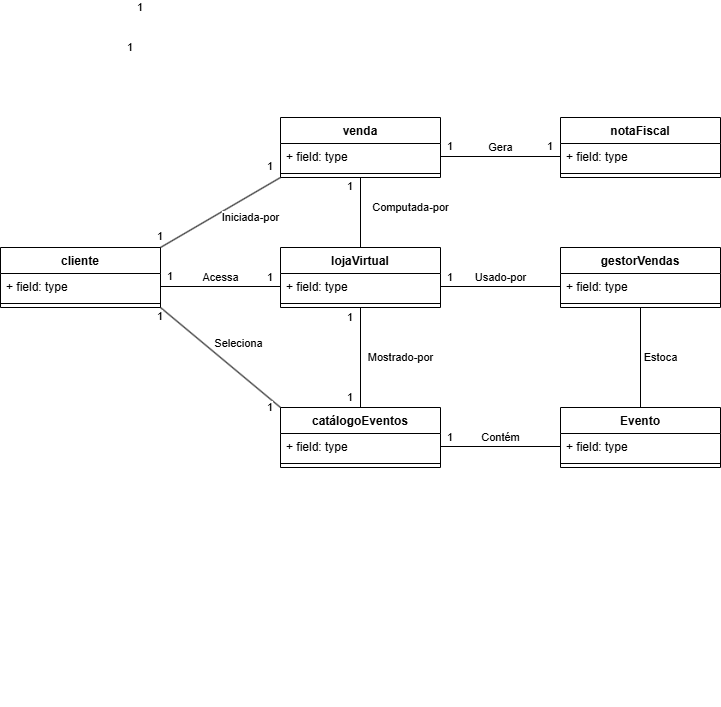
The draw.io diagram modelo de domínio.drawio.png in Zaibam/Desenvolvimento-De-Sistemas-1, before a commit. Source tidied: cells renumbered, new cells last; positions are measured from the earlier drawing's top-left corner, leaving out a move shared by most shapes.
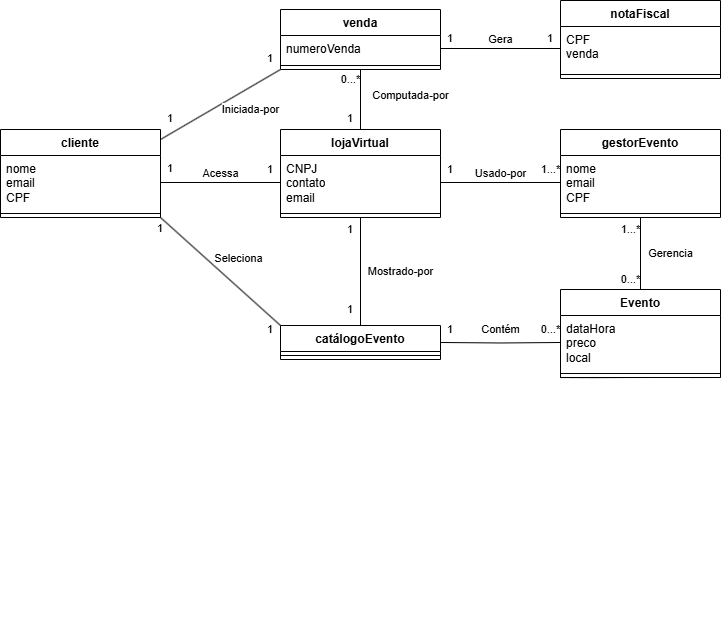
The same diagram one commit later.

Diff of the diagram source:
```diff
@@ -3,18 +3,18 @@
     <mxCell id="0" />
     <mxCell id="1" parent="0" />
     <mxCell id="2" value="cliente" style="swimlane;fontStyle=1;align=center;verticalAlign=top;horizontal=1;startSize=26;whiteSpace=wrap;html=1;" parent="1" vertex="1">
-      <mxGeometry y="130" width="160" height="60" as="geometry" />
+      <mxGeometry x="-40" y="120" width="160" height="88" as="geometry" />
     </mxCell>
-    <mxCell id="3" value="+ field: type" style="text;strokeColor=none;fillColor=none;align=left;verticalAlign=top;spacingLeft=4;spacingRight=4;overflow=hidden;points=[[0,0.5],[1,0.5]];portConstraint=eastwest;whiteSpace=wrap;html=1;" parent="2" vertex="1">
-      <mxGeometry y="26" width="160" height="26" as="geometry" />
+    <mxCell id="3" value="nome&lt;br&gt;email&lt;br&gt;CPF" style="text;strokeColor=none;fillColor=none;align=left;verticalAlign=top;spacingLeft=4;spacingRight=4;overflow=hidden;points=[[0,0.5],[1,0.5]];portConstraint=eastwest;whiteSpace=wrap;html=1;" parent="2" vertex="1">
+      <mxGeometry y="26" width="160" height="54" as="geometry" />
     </mxCell>
     <mxCell id="4" style="line;strokeWidth=1;fillColor=none;align=left;verticalAlign=middle;spacingTop=-1;spacingLeft=3;spacingRight=3;labelPosition=right;strokeColor=inherit;" parent="2" vertex="1">
-      <mxGeometry y="52" width="160" height="8" as="geometry" />
+      <mxGeometry y="80" width="160" height="8" as="geometry" />
     </mxCell>
     <mxCell id="5" value="venda" style="swimlane;fontStyle=1;align=center;verticalAlign=top;horizontal=1;startSize=26;whiteSpace=wrap;html=1;" parent="1" vertex="1">
-      <mxGeometry x="280" width="160" height="60" as="geometry" />
+      <mxGeometry x="240" width="160" height="60" as="geometry" />
     </mxCell>
-    <mxCell id="6" value="+ field: type" style="text;strokeColor=none;fillColor=none;align=left;verticalAlign=top;spacingLeft=4;spacingRight=4;overflow=hidden;points=[[0,0.5],[1,0.5]];portConstraint=eastwest;whiteSpace=wrap;html=1;" parent="5" vertex="1">
+    <mxCell id="6" value="numeroVenda" style="text;strokeColor=none;fillColor=none;align=left;verticalAlign=top;spacingLeft=4;spacingRight=4;overflow=hidden;points=[[0,0.5],[1,0.5]];portConstraint=eastwest;whiteSpace=wrap;html=1;" parent="5" vertex="1">
       <mxGeometry y="26" width="160" height="26" as="geometry" />
     </mxCell>
     <mxCell id="7" style="line;strokeWidth=1;fillColor=none;align=left;verticalAlign=middle;spacingTop=-1;spacingLeft=3;spacingRight=3;labelPosition=right;strokeColor=inherit;" parent="5" vertex="1">
@@ -27,147 +27,189 @@
       <mxGeometry x="0.14" y="-50" relative="1" as="geometry" />
     </mxCell>
     <mxCell id="10" value="lojaVirtual" style="swimlane;fontStyle=1;align=center;verticalAlign=top;horizontal=1;startSize=26;whiteSpace=wrap;html=1;" parent="1" vertex="1">
-      <mxGeometry x="280" y="130" width="160" height="60" as="geometry" />
+      <mxGeometry x="240" y="120" width="160" height="88" as="geometry" />
     </mxCell>
-    <mxCell id="11" value="+ field: type" style="text;strokeColor=none;fillColor=none;align=left;verticalAlign=top;spacingLeft=4;spacingRight=4;overflow=hidden;points=[[0,0.5],[1,0.5]];portConstraint=eastwest;whiteSpace=wrap;html=1;" parent="10" vertex="1">
-      <mxGeometry y="26" width="160" height="26" as="geometry" />
+    <mxCell id="11" value="CNPJ&lt;br&gt;contato&lt;div&gt;email&lt;/div&gt;" style="text;strokeColor=none;fillColor=none;align=left;verticalAlign=top;spacingLeft=4;spacingRight=4;overflow=hidden;points=[[0,0.5],[1,0.5]];portConstraint=eastwest;whiteSpace=wrap;html=1;" parent="10" vertex="1">
+      <mxGeometry y="26" width="160" height="54" as="geometry" />
     </mxCell>
     <mxCell id="12" style="line;strokeWidth=1;fillColor=none;align=left;verticalAlign=middle;spacingTop=-1;spacingLeft=3;spacingRight=3;labelPosition=right;strokeColor=inherit;" parent="10" vertex="1">
-      <mxGeometry y="52" width="160" height="8" as="geometry" />
+      <mxGeometry y="80" width="160" height="8" as="geometry" />
     </mxCell>
     <mxCell id="13" value="Acessa" style="edgeStyle=orthogonalEdgeStyle;rounded=0;jettySize=auto;html=1;exitX=1;exitY=0.5;exitDx=0;exitDy=0;entryX=0;entryY=0.5;entryDx=0;entryDy=0;endArrow=none;startFill=0;" parent="1" edge="1" source="3" target="11">
       <mxGeometry y="9" relative="1" as="geometry" />
     </mxCell>
     <mxCell id="14" value="1" style="edgeLabel;html=1;align=left;verticalAlign=bottom;" parent="1" vertex="1">
-      <mxGeometry x="220" y="350" as="geometry">
+      <mxGeometry x="180" y="350" as="geometry">
         <mxPoint x="45" y="-182" as="offset" />
       </mxGeometry>
     </mxCell>
-    <mxCell id="15" value="catálogoEventos" style="swimlane;fontStyle=1;align=center;verticalAlign=top;horizontal=1;startSize=26;whiteSpace=wrap;html=1;" parent="1" vertex="1">
-      <mxGeometry x="280" y="290" width="160" height="60" as="geometry" />
+    <mxCell id="15" value="catálogoEvento" style="swimlane;fontStyle=1;align=center;verticalAlign=top;horizontal=1;startSize=26;whiteSpace=wrap;html=1;" parent="1" vertex="1">
+      <mxGeometry x="240" y="316" width="160" height="34" as="geometry" />
     </mxCell>
-    <mxCell id="16" value="+ field: type" style="text;strokeColor=none;fillColor=none;align=left;verticalAlign=top;spacingLeft=4;spacingRight=4;overflow=hidden;points=[[0,0.5],[1,0.5]];portConstraint=eastwest;whiteSpace=wrap;html=1;" parent="15" vertex="1">
-      <mxGeometry y="26" width="160" height="26" as="geometry" />
-    </mxCell>
     <mxCell id="17" style="line;strokeWidth=1;fillColor=none;align=left;verticalAlign=middle;spacingTop=-1;spacingLeft=3;spacingRight=3;labelPosition=right;strokeColor=inherit;" parent="15" vertex="1">
-      <mxGeometry y="52" width="160" height="8" as="geometry" />
+      <mxGeometry y="26" width="160" height="8" as="geometry" />
     </mxCell>
     <mxCell id="18" value="1" style="edgeLabel;html=1;align=left;verticalAlign=bottom;" parent="1" vertex="1">
-      <mxGeometry x="270" y="440" as="geometry">
+      <mxGeometry x="230" y="440" as="geometry">
         <mxPoint x="-5" y="-383" as="offset" />
       </mxGeometry>
     </mxCell>
-    <mxCell id="19" value="1" style="edgeLabel;html=1;align=left;verticalAlign=bottom;" parent="1" vertex="1">
-      <mxGeometry x="90" y="80" as="geometry">
-        <mxPoint x="45" y="-182" as="offset" />
-      </mxGeometry>
-    </mxCell>
     <mxCell id="20" value="1" style="edgeLabel;html=1;align=left;verticalAlign=bottom;" parent="1" vertex="1">
-      <mxGeometry x="300" y="390" as="geometry">
+      <mxGeometry x="260" y="410" as="geometry">
         <mxPoint x="45" y="-182" as="offset" />
       </mxGeometry>
     </mxCell>
     <mxCell id="21" value="1" style="edgeLabel;html=1;align=left;verticalAlign=bottom;" parent="1" vertex="1">
-      <mxGeometry x="300" y="470" as="geometry">
+      <mxGeometry x="260" y="490" as="geometry">
         <mxPoint x="45" y="-182" as="offset" />
       </mxGeometry>
     </mxCell>
     <mxCell id="22" value="Seleciona" style="endArrow=none;html=1;rounded=0;exitX=1;exitY=1;exitDx=0;exitDy=0;entryX=0;entryY=0;entryDx=0;entryDy=0;" parent="1" edge="1" source="2" target="15">
       <mxGeometry x="0.06" y="22" relative="1" as="geometry" />
     </mxCell>
-    <mxCell id="23" value="1" style="edgeLabel;html=1;align=left;verticalAlign=bottom;" parent="1" vertex="1">
-      <mxGeometry x="80" y="120" as="geometry">
-        <mxPoint x="45" y="-182" as="offset" />
-      </mxGeometry>
-    </mxCell>
     <mxCell id="24" value="1" style="edgeLabel;html=1;align=left;verticalAlign=bottom;" parent="1" vertex="1">
-      <mxGeometry x="220" y="480" as="geometry">
+      <mxGeometry x="180" y="510" as="geometry">
         <mxPoint x="45" y="-182" as="offset" />
       </mxGeometry>
     </mxCell>
-    <mxCell id="25" value="gestorVendas" style="swimlane;fontStyle=1;align=center;verticalAlign=top;horizontal=1;startSize=26;whiteSpace=wrap;html=1;" parent="1" vertex="1">
-      <mxGeometry x="560" y="130" width="160" height="60" as="geometry" />
+    <mxCell id="25" value="gestorEvento" style="swimlane;fontStyle=1;align=center;verticalAlign=top;horizontal=1;startSize=26;whiteSpace=wrap;html=1;" parent="1" vertex="1">
+      <mxGeometry x="520" y="120" width="160" height="88" as="geometry" />
     </mxCell>
-    <mxCell id="26" value="+ field: type" style="text;strokeColor=none;fillColor=none;align=left;verticalAlign=top;spacingLeft=4;spacingRight=4;overflow=hidden;points=[[0,0.5],[1,0.5]];portConstraint=eastwest;whiteSpace=wrap;html=1;" parent="25" vertex="1">
-      <mxGeometry y="26" width="160" height="26" as="geometry" />
+    <mxCell id="26" value="nome&lt;br&gt;email&lt;br&gt;CPF" style="text;strokeColor=none;fillColor=none;align=left;verticalAlign=top;spacingLeft=4;spacingRight=4;overflow=hidden;points=[[0,0.5],[1,0.5]];portConstraint=eastwest;whiteSpace=wrap;html=1;" parent="25" vertex="1">
+      <mxGeometry y="26" width="160" height="54" as="geometry" />
     </mxCell>
     <mxCell id="27" style="line;strokeWidth=1;fillColor=none;align=left;verticalAlign=middle;spacingTop=-1;spacingLeft=3;spacingRight=3;labelPosition=right;strokeColor=inherit;" parent="25" vertex="1">
-      <mxGeometry y="52" width="160" height="8" as="geometry" />
+      <mxGeometry y="80" width="160" height="8" as="geometry" />
     </mxCell>
     <mxCell id="28" value="Usado-por" style="edgeStyle=orthogonalEdgeStyle;rounded=0;jettySize=auto;html=1;exitX=1;exitY=0.5;exitDx=0;exitDy=0;entryX=0;entryY=0.5;entryDx=0;entryDy=0;endArrow=none;startFill=0;" parent="1" edge="1" source="11" target="26">
       <mxGeometry y="9" relative="1" as="geometry" />
     </mxCell>
     <mxCell id="29" value="1" style="edgeLabel;html=1;align=left;verticalAlign=bottom;" parent="1" vertex="1">
-      <mxGeometry x="400" y="350" as="geometry">
+      <mxGeometry x="360" y="350" as="geometry">
         <mxPoint x="45" y="-182" as="offset" />
       </mxGeometry>
     </mxCell>
     <mxCell id="30" value="Iniciada-por" style="endArrow=none;html=1;rounded=0;exitX=0;exitY=1;exitDx=0;exitDy=0;entryX=0;entryY=0;entryDx=0;entryDy=0;" parent="1" edge="1" source="5">
       <mxGeometry x="-0.34" y="19" relative="1" as="geometry">
-        <mxPoint x="160" y="130" as="targetPoint" />
+        <mxPoint x="120" y="130" as="targetPoint" />
       </mxGeometry>
     </mxCell>
     <mxCell id="31" value="1" style="edgeLabel;html=1;align=left;verticalAlign=bottom;" parent="1" vertex="1">
-      <mxGeometry x="160" y="510" as="geometry">
+      <mxGeometry x="130" y="500" as="geometry">
         <mxPoint x="-5" y="-383" as="offset" />
       </mxGeometry>
     </mxCell>
-    <mxCell id="32" value="1" style="edgeLabel;html=1;align=left;verticalAlign=bottom;" parent="1" vertex="1">
-      <mxGeometry x="170" y="550" as="geometry">
-        <mxPoint x="-5" y="-383" as="offset" />
-      </mxGeometry>
-    </mxCell>
     <mxCell id="33" value="1" style="edgeLabel;html=1;align=left;verticalAlign=bottom;" parent="1" vertex="1">
-      <mxGeometry x="160" y="590" as="geometry">
+      <mxGeometry x="120" y="610" as="geometry">
         <mxPoint x="-5" y="-383" as="offset" />
       </mxGeometry>
     </mxCell>
     <mxCell id="34" value="notaFiscal" style="swimlane;fontStyle=1;align=center;verticalAlign=top;horizontal=1;startSize=26;whiteSpace=wrap;html=1;" parent="1" vertex="1">
-      <mxGeometry x="560" width="160" height="60" as="geometry" />
+      <mxGeometry x="520" y="-9" width="160" height="78" as="geometry" />
     </mxCell>
-    <mxCell id="35" value="+ field: type" style="text;strokeColor=none;fillColor=none;align=left;verticalAlign=top;spacingLeft=4;spacingRight=4;overflow=hidden;points=[[0,0.5],[1,0.5]];portConstraint=eastwest;whiteSpace=wrap;html=1;" parent="34" vertex="1">
-      <mxGeometry y="26" width="160" height="26" as="geometry" />
+    <mxCell id="35" value="CPF&lt;br&gt;venda" style="text;strokeColor=none;fillColor=none;align=left;verticalAlign=top;spacingLeft=4;spacingRight=4;overflow=hidden;points=[[0,0.5],[1,0.5]];portConstraint=eastwest;whiteSpace=wrap;html=1;" parent="34" vertex="1">
+      <mxGeometry y="26" width="160" height="44" as="geometry" />
     </mxCell>
     <mxCell id="36" style="line;strokeWidth=1;fillColor=none;align=left;verticalAlign=middle;spacingTop=-1;spacingLeft=3;spacingRight=3;labelPosition=right;strokeColor=inherit;" parent="34" vertex="1">
-      <mxGeometry y="52" width="160" height="8" as="geometry" />
+      <mxGeometry y="70" width="160" height="8" as="geometry" />
     </mxCell>
     <mxCell id="37" value="Gera" style="edgeStyle=orthogonalEdgeStyle;rounded=0;jettySize=auto;html=1;exitX=1;exitY=0.5;exitDx=0;exitDy=0;entryX=0;entryY=0.5;entryDx=0;entryDy=0;endArrow=none;startFill=0;" parent="1" edge="1" source="6" target="35">
       <mxGeometry y="9" relative="1" as="geometry" />
     </mxCell>
     <mxCell id="38" value="1" style="edgeLabel;html=1;align=left;verticalAlign=bottom;" parent="1" vertex="1">
-      <mxGeometry x="450" y="420" as="geometry">
+      <mxGeometry x="410" y="420" as="geometry">
         <mxPoint x="-5" y="-383" as="offset" />
       </mxGeometry>
     </mxCell>
     <mxCell id="39" value="1" style="edgeLabel;html=1;align=left;verticalAlign=bottom;" parent="1" vertex="1">
-      <mxGeometry x="550" y="420" as="geometry">
+      <mxGeometry x="510" y="420" as="geometry">
         <mxPoint x="-5" y="-383" as="offset" />
       </mxGeometry>
     </mxCell>
-    <mxCell id="40" value="Estoca" style="edgeStyle=orthogonalEdgeStyle;rounded=0;jettySize=auto;html=1;exitX=0.5;exitY=0;exitDx=0;exitDy=0;entryX=0.5;entryY=1;entryDx=0;entryDy=0;endArrow=none;startFill=0;" parent="1" edge="1" source="41" target="25">
-      <mxGeometry y="-20" relative="1" as="geometry" />
+    <mxCell id="40" value="Gerencia" style="edgeStyle=orthogonalEdgeStyle;rounded=0;jettySize=auto;html=1;exitX=0.5;exitY=0;exitDx=0;exitDy=0;entryX=0.5;entryY=1;entryDx=0;entryDy=0;endArrow=none;startFill=0;" parent="1" edge="1" source="41" target="25">
+      <mxGeometry y="-30" relative="1" as="geometry" />
     </mxCell>
     <mxCell id="41" value="Evento" style="swimlane;fontStyle=1;align=center;verticalAlign=top;horizontal=1;startSize=26;whiteSpace=wrap;html=1;" parent="1" vertex="1">
-      <mxGeometry x="560" y="290" width="160" height="60" as="geometry" />
+      <mxGeometry x="520" y="280" width="160" height="88" as="geometry" />
     </mxCell>
-    <mxCell id="42" value="+ field: type" style="text;strokeColor=none;fillColor=none;align=left;verticalAlign=top;spacingLeft=4;spacingRight=4;overflow=hidden;points=[[0,0.5],[1,0.5]];portConstraint=eastwest;whiteSpace=wrap;html=1;" parent="41" vertex="1">
-      <mxGeometry y="26" width="160" height="26" as="geometry" />
+    <mxCell id="42" value="dataHora&lt;div&gt;preco&lt;/div&gt;&lt;div&gt;local&lt;/div&gt;" style="text;strokeColor=none;fillColor=none;align=left;verticalAlign=top;spacingLeft=4;spacingRight=4;overflow=hidden;points=[[0,0.5],[1,0.5]];portConstraint=eastwest;whiteSpace=wrap;html=1;" parent="41" vertex="1">
+      <mxGeometry y="26" width="160" height="54" as="geometry" />
     </mxCell>
     <mxCell id="43" style="line;strokeWidth=1;fillColor=none;align=left;verticalAlign=middle;spacingTop=-1;spacingLeft=3;spacingRight=3;labelPosition=right;strokeColor=inherit;" parent="41" vertex="1">
-      <mxGeometry y="52" width="160" height="8" as="geometry" />
+      <mxGeometry y="80" width="160" height="8" as="geometry" />
     </mxCell>
+    <mxCell id="47" value="0...*" style="edgeStyle=orthogonalEdgeStyle;rounded=0;orthogonalLoop=1;jettySize=auto;html=1;endArrow=none;startFill=0;" parent="41" edge="1">
+      <mxGeometry x="-0.5" y="-98" relative="1" as="geometry">
+        <mxPoint x="100" y="88" as="sourcePoint" />
+        <mxPoint x="60" y="88" as="targetPoint" />
+        <Array as="points">
+          <mxPoint x="20" y="88" />
+          <mxPoint x="140" y="88" />
+        </Array>
+      </mxGeometry>
+    </mxCell>
+    <mxCell id="48" value="0...*" style="edgeStyle=orthogonalEdgeStyle;rounded=0;orthogonalLoop=1;jettySize=auto;html=1;endArrow=none;startFill=0;" parent="41" edge="1">
+      <mxGeometry x="0.33" y="383" relative="1" as="geometry">
+        <mxPoint x="110" y="88" as="sourcePoint" />
+        <mxPoint x="70" y="88" as="targetPoint" />
+        <Array as="points">
+          <mxPoint x="30" y="88" />
+          <mxPoint x="150" y="88" />
+        </Array>
+        <mxPoint x="-240" y="85" as="offset" />
+      </mxGeometry>
+    </mxCell>
+    <mxCell id="49" value="0...*" style="edgeStyle=orthogonalEdgeStyle;rounded=0;orthogonalLoop=1;jettySize=auto;html=1;endArrow=none;startFill=0;" parent="41" edge="1">
+      <mxGeometry x="-0.2" y="148" relative="1" as="geometry">
+        <mxPoint x="150" y="88" as="sourcePoint" />
+        <mxPoint x="160" y="88" as="targetPoint" />
+        <Array as="points">
+          <mxPoint x="130" y="88" />
+          <mxPoint x="130" y="88" />
+        </Array>
+        <mxPoint x="-140" y="100" as="offset" />
+      </mxGeometry>
+    </mxCell>
-    <mxCell id="44" value="Contém" style="edgeStyle=orthogonalEdgeStyle;rounded=0;jettySize=auto;html=1;exitX=1;exitY=0.5;exitDx=0;exitDy=0;entryX=0;entryY=0.5;entryDx=0;entryDy=0;endArrow=none;startFill=0;" parent="1" edge="1" source="16" target="42">
-      <mxGeometry y="9" relative="1" as="geometry" />
+    <mxCell id="44" value="Contém" style="edgeStyle=orthogonalEdgeStyle;rounded=0;jettySize=auto;html=1;entryX=0;entryY=0.5;entryDx=0;entryDy=0;endArrow=none;startFill=0;" parent="1" edge="1" target="42">
+      <mxGeometry x="0.01" y="13" relative="1" as="geometry">
+        <mxPoint x="400" y="333" as="sourcePoint" />
+      </mxGeometry>
     </mxCell>
     <mxCell id="45" value="1" style="edgeLabel;html=1;align=left;verticalAlign=bottom;" parent="1" vertex="1">
-      <mxGeometry x="400" y="510" as="geometry">
+      <mxGeometry x="360" y="510" as="geometry">
         <mxPoint x="45" y="-182" as="offset" />
       </mxGeometry>
     </mxCell>
     <mxCell id="46" value="1" style="edgeLabel;html=1;align=left;verticalAlign=bottom;" parent="1" vertex="1">
-      <mxGeometry x="350" y="460" as="geometry">
+      <mxGeometry x="310" y="500" as="geometry">
         <mxPoint x="-5" y="-383" as="offset" />
       </mxGeometry>
     </mxCell>
+    <mxCell id="50" value="1" style="edgeLabel;html=1;align=left;verticalAlign=bottom;" parent="1" vertex="1">
+      <mxGeometry x="130" y="550" as="geometry">
+        <mxPoint x="-5" y="-383" as="offset" />
+      </mxGeometry>
+    </mxCell>
+    <mxCell id="51" value="1...*" style="edgeStyle=orthogonalEdgeStyle;rounded=0;orthogonalLoop=1;jettySize=auto;html=1;endArrow=none;startFill=0;" parent="1" edge="1">
+      <mxGeometry x="0.33" y="208" relative="1" as="geometry">
+        <mxPoint x="600" y="368" as="sourcePoint" />
+        <mxPoint x="560" y="368" as="targetPoint" />
+        <Array as="points">
+          <mxPoint x="520" y="368" />
+          <mxPoint x="640" y="368" />
+        </Array>
+        <mxPoint x="-10" as="offset" />
+      </mxGeometry>
+    </mxCell>
+    <mxCell id="52" value="1...*" style="edgeStyle=orthogonalEdgeStyle;rounded=0;orthogonalLoop=1;jettySize=auto;html=1;endArrow=none;startFill=0;" parent="1" edge="1">
+      <mxGeometry x="-0.67" y="-148" relative="1" as="geometry">
+        <mxPoint x="610" y="368" as="sourcePoint" />
+        <mxPoint x="570" y="368" as="targetPoint" />
+        <Array as="points">
+          <mxPoint x="530" y="368" />
+          <mxPoint x="650" y="368" />
+        </Array>
+      </mxGeometry>
+    </mxCell>
   </root>
 </mxGraphModel>
```
